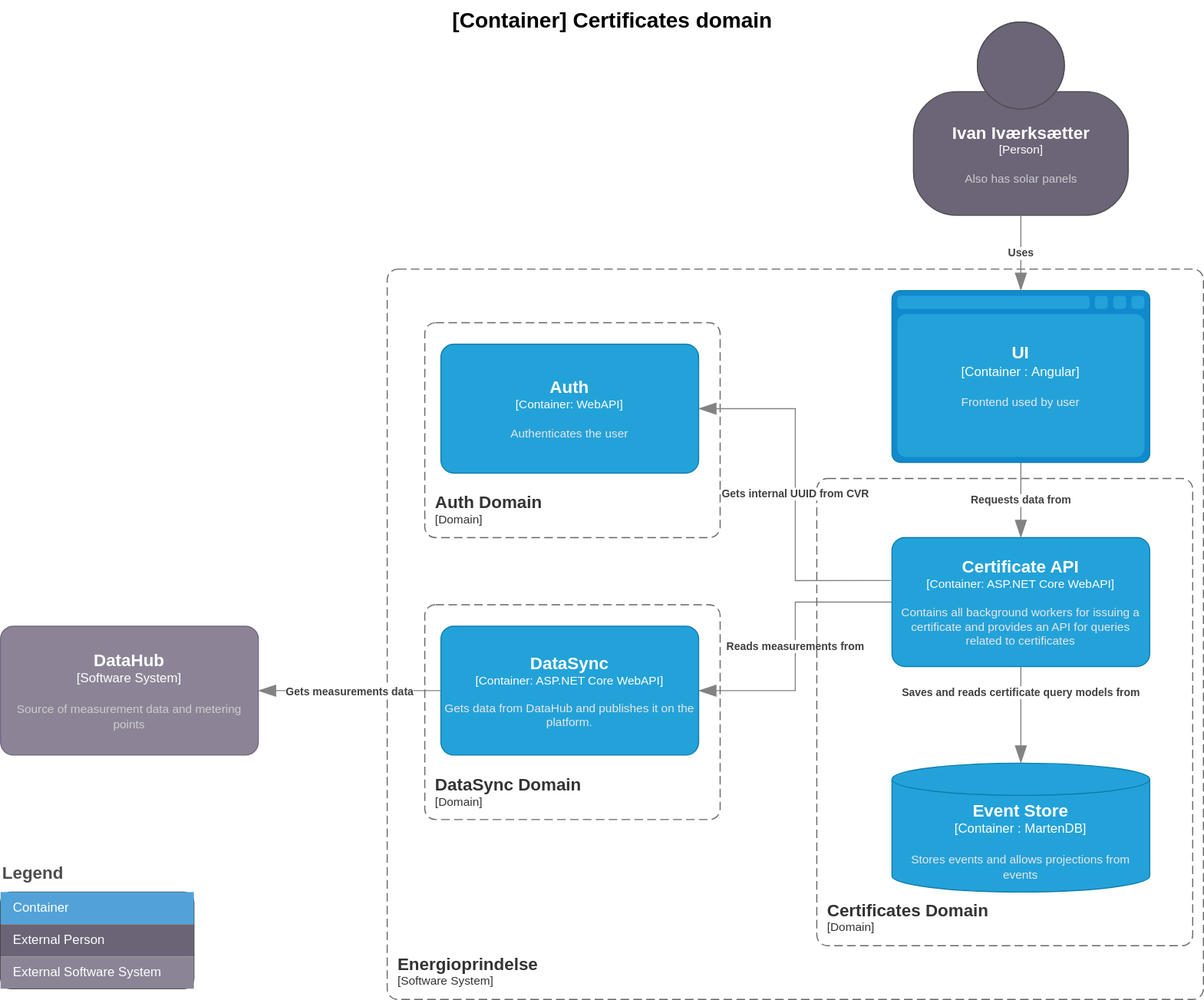
Above: doc/architecture/diagrams/certificates.current.container.drawio.svg in Energinet-DataHub/energy-origin (draw.io), before the change. Source tidied: cells renumbered, new cells last; positions are measured from the earlier drawing's top-left corner, leaving out a move shared by most shapes.
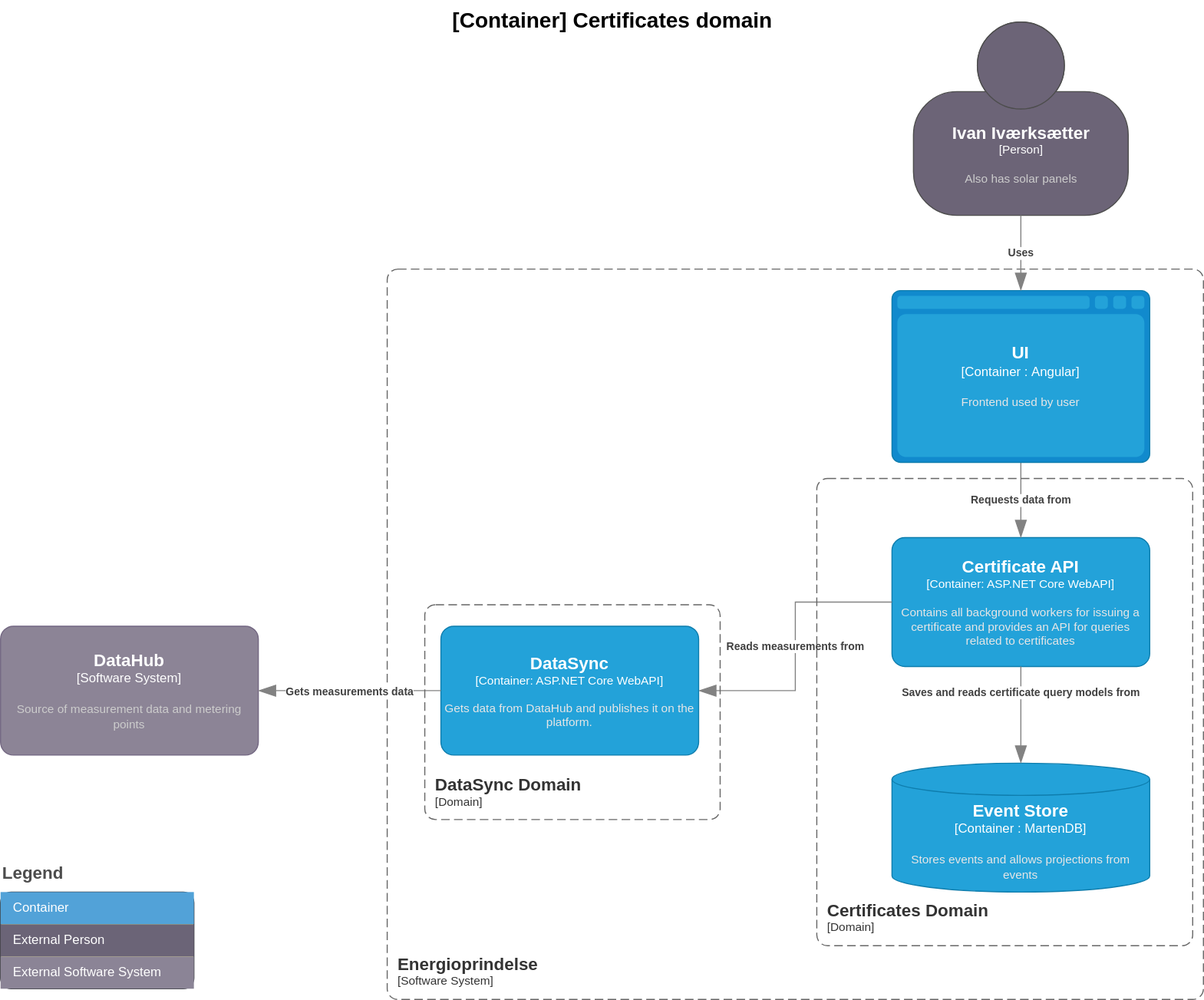
After the commit.

Change to the diagram source:
```diff
@@ -92,20 +92,5 @@
         <mxGeometry x="395" y="562.5" width="275" height="200" as="geometry" />
       </mxCell>
     </object>
-    <object id="22" label="&lt;font style=&quot;font-size: 16px&quot;&gt;&lt;b&gt;%c4Name%&lt;/b&gt;&lt;/font&gt;&lt;div&gt;[%c4Type%: %c4Technology%]&lt;/div&gt;&lt;br&gt;&lt;div&gt;&lt;font style=&quot;font-size: 11px&quot;&gt;&lt;font color=&quot;#E6E6E6&quot;&gt;%c4Description%&lt;/font&gt;&lt;/div&gt;" c4Description="Authenticates the user" c4Name="Auth" c4Technology="WebAPI" c4Type="Container" placeholders="1">
-      <mxCell style="rounded=1;whiteSpace=wrap;html=1;fontSize=11;labelBackgroundColor=none;fillColor=#23A2D9;fontColor=#ffffff;align=center;arcSize=10;strokeColor=#0E7DAD;points=[[0.25,0,0],[0.5,0,0],[0.75,0,0],[1,0.25,0],[1,0.5,0],[1,0.75,0],[0.75,1,0],[0.5,1,0],[0.25,1,0],[0,0.75,0],[0,0.5,0],[0,0.25,0]];" parent="1" vertex="1">
-        <mxGeometry x="410" y="320" width="240" height="120" as="geometry" />
-      </mxCell>
-    </object>
-    <object id="23" label="&lt;font style=&quot;font-size: 16px&quot;&gt;&lt;b&gt;&lt;div style=&quot;text-align: left&quot;&gt;%c4Name%&lt;/div&gt;&lt;/b&gt;&lt;/font&gt;&lt;div style=&quot;text-align: left&quot;&gt;[%c4Application%]&lt;/div&gt;" c4Application="Domain" c4Name="Auth Domain" c4Type="SystemScopeBoundary" placeholders="1">
-      <mxCell style="rounded=1;fontSize=11;whiteSpace=wrap;html=1;dashed=1;arcSize=20;fillColor=none;strokeColor=#666666;fontColor=#333333;labelBackgroundColor=none;align=left;verticalAlign=bottom;labelBorderColor=none;spacingTop=0;spacing=10;dashPattern=8 4;perimeter=rectanglePerimeter;noLabel=0;labelPadding=0;absoluteArcSize=1;" parent="1" vertex="1">
-        <mxGeometry x="395" y="300" width="275" height="200" as="geometry" />
-      </mxCell>
-    </object>
-    <object id="24" label="&lt;div style=&quot;text-align: left&quot;&gt;&lt;div style=&quot;text-align: center&quot;&gt;&lt;b&gt;%c4Description%&lt;/b&gt;&lt;/div&gt;" c4Description="Gets internal UUID from CVR" c4Type="Relationship" placeholders="1">
-      <mxCell style="endArrow=blockThin;html=1;fontSize=10;fontColor=#404040;strokeWidth=1;endFill=1;strokeColor=#828282;elbow=vertical;endSize=14;startSize=14;jumpStyle=arc;jumpSize=16;rounded=0;edgeStyle=orthogonalEdgeStyle;exitX=-0.004;exitY=0.333;exitDx=0;exitDy=0;exitPerimeter=0;entryX=1;entryY=0.5;entryDx=0;entryDy=0;entryPerimeter=0;" parent="1" edge="1" source="3" target="22">
-        <mxGeometry relative="1" as="geometry" />
-      </mxCell>
-    </object>
   </root>
 </mxGraphModel>
```
